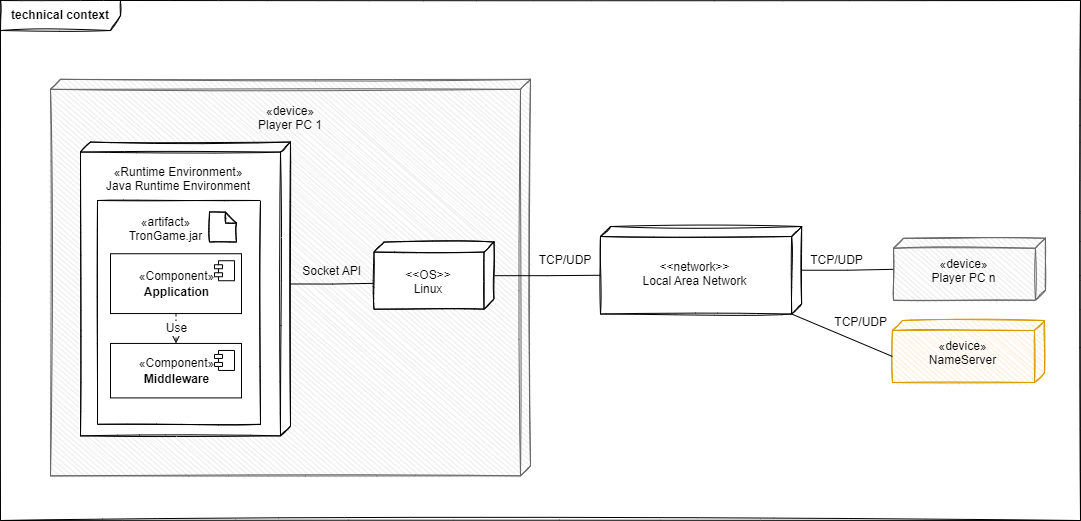
This is Dokumentation/Middleware/diagrams/scope_technical.png from sckoenig/Distributed-Tron, a draw.io export, as it was before one commit. Source tidied: cells renumbered, new cells last; positions are measured from the earlier drawing's top-left corner, leaving out a move shared by most shapes.
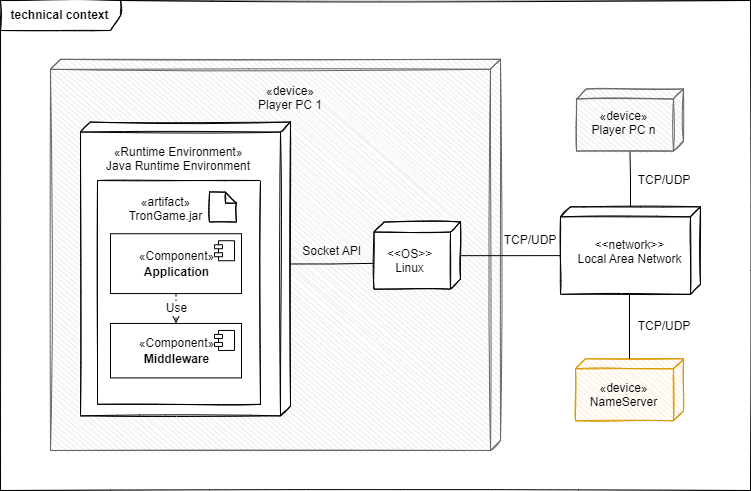
After the commit.

Commit message:
middleware cleanup start

Diff of the diagram source:
```diff
@@ -2,96 +2,98 @@
   <root>
     <mxCell id="0" />
     <mxCell id="1" parent="0" />
-    <mxCell id="2" value="&lt;b&gt;technical context&lt;/b&gt;" style="shape=umlFrame;whiteSpace=wrap;html=1;width=120;height=30;sketch=1;" parent="1" vertex="1">
-      <mxGeometry width="1080" height="520" as="geometry" />
+    <mxCell id="2" style="verticalAlign=top;align=left;spacingTop=8;spacingLeft=2;spacingRight=12;shape=cube;size=10;direction=south;fontStyle=4;html=1;sketch=1;shadow=0;fillColor=#E6E6E6;fontColor=#333333;strokeColor=#666666;" parent="1" vertex="1">
+      <mxGeometry x="50" y="78.8" width="450" height="391.2" as="geometry" />
     </mxCell>
-    <mxCell id="3" style="verticalAlign=top;align=left;spacingTop=8;spacingLeft=2;spacingRight=12;shape=cube;size=10;direction=south;fontStyle=4;html=1;sketch=1;shadow=0;fillColor=#E6E6E6;fontColor=#333333;strokeColor=#666666;" parent="1" vertex="1">
-      <mxGeometry x="50" y="78.8" width="480" height="396.6" as="geometry" />
+    <mxCell id="3" style="verticalAlign=top;align=left;spacingTop=8;spacingLeft=2;spacingRight=12;shape=cube;size=10;direction=south;fontStyle=4;html=1;sketch=1;" parent="1" vertex="1">
+      <mxGeometry x="80" y="141.6" width="210" height="293.8" as="geometry" />
     </mxCell>
-    <mxCell id="4" style="verticalAlign=top;align=left;spacingTop=8;spacingLeft=2;spacingRight=12;shape=cube;size=10;direction=south;fontStyle=4;html=1;sketch=1;" parent="1" vertex="1">
-      <mxGeometry x="80" y="141.6" width="210" height="293.8" as="geometry" />
+    <mxCell id="4" value="«device»&#10;Player PC 1" style="text;strokeColor=none;fillColor=none;align=center;verticalAlign=top;spacingLeft=4;spacingRight=4;overflow=hidden;points=[[0,0.5],[1,0.5]];portConstraint=eastwest;sketch=1;fontStyle=0;" parent="1" vertex="1">
+      <mxGeometry x="230.5" y="96.6" width="119" height="55" as="geometry" />
     </mxCell>
-    <mxCell id="5" value="«device»&#10;Player PC 1" style="text;strokeColor=none;fillColor=none;align=center;verticalAlign=top;spacingLeft=4;spacingRight=4;overflow=hidden;sketch=1;fontStyle=0;" parent="1" vertex="1">
-      <mxGeometry x="230.5" y="96.6" width="119" height="55" as="geometry" />
+    <mxCell id="5" style="edgeStyle=orthogonalEdgeStyle;rounded=0;jettySize=auto;html=1;exitX=0;exitY=0;exitDx=141.905;exitDy=0;exitPerimeter=0;entryX=0.615;entryY=1;entryDx=0;entryDy=0;entryPerimeter=0;fontSize=13;endArrow=none;endFill=0;" parent="1" edge="1" source="3" target="8">
+      <mxGeometry relative="1" as="geometry" />
     </mxCell>
-    <mxCell id="6" style="edgeStyle=orthogonalEdgeStyle;rounded=0;jettySize=auto;html=1;exitX=0;exitY=0;exitDx=141.905;exitDy=0;exitPerimeter=0;entryX=0.615;entryY=1;entryDx=0;entryDy=0;entryPerimeter=0;fontSize=13;endArrow=none;endFill=0;" parent="1" edge="1" source="4" target="9">
-      <mxGeometry relative="1" as="geometry" />
+    <mxCell id="6" value="«Runtime Environment»&#10;Java Runtime Environment" style="text;strokeColor=none;fillColor=none;align=center;verticalAlign=top;spacingLeft=4;spacingRight=4;overflow=hidden;sketch=1;fontStyle=0;" parent="1" vertex="1">
+      <mxGeometry x="88.9" y="158.4" width="178.3" height="45" as="geometry" />
     </mxCell>
-    <mxCell id="7" value="«Runtime Environment»&#10;Java Runtime Environment" style="text;strokeColor=none;fillColor=none;align=center;verticalAlign=top;spacingLeft=4;spacingRight=4;overflow=hidden;sketch=1;fontStyle=0;" parent="1" vertex="1">
-      <mxGeometry x="88.9" y="158.4" width="178.3" height="45" as="geometry" />
+    <mxCell id="7" style="edgeStyle=orthogonalEdgeStyle;rounded=0;jettySize=auto;html=1;entryX=0;entryY=0;entryDx=48.75;entryDy=140;entryPerimeter=0;fontSize=13;endArrow=none;endFill=0;" parent="1" edge="1" source="8" target="28">
+      <mxGeometry relative="1" as="geometry" />
     </mxCell>
-    <mxCell id="8" style="edgeStyle=orthogonalEdgeStyle;rounded=0;jettySize=auto;html=1;entryX=0;entryY=0;entryDx=48.75;entryDy=201.15;entryPerimeter=0;fontSize=13;endArrow=none;endFill=0;" parent="1" edge="1" source="9" target="29">
-      <mxGeometry relative="1" as="geometry" />
+    <mxCell id="8" style="verticalAlign=top;align=left;spacingTop=8;spacingLeft=2;spacingRight=12;shape=cube;size=10;direction=south;fontStyle=4;html=1;sketch=1;" parent="1" vertex="1">
+      <mxGeometry x="373.5" y="241.6" width="86.5" height="67.1" as="geometry" />
     </mxCell>
-    <mxCell id="9" style="verticalAlign=top;align=left;spacingTop=8;spacingLeft=2;spacingRight=12;shape=cube;size=10;direction=south;fontStyle=4;html=1;sketch=1;" parent="1" vertex="1">
-      <mxGeometry x="373.5" y="241.6" width="120" height="67.1" as="geometry" />
+    <mxCell id="9" style="edgeStyle=orthogonalEdgeStyle;rounded=0;jettySize=auto;html=1;fontSize=13;endArrow=none;endFill=0;" parent="1" edge="1" source="28" target="12">
+      <mxGeometry relative="1" as="geometry" />
     </mxCell>
-    <mxCell id="10" style="edgeStyle=orthogonalEdgeStyle;rounded=0;jettySize=auto;html=1;fontSize=13;endArrow=none;endFill=0;" parent="1" edge="1" source="29" target="13">
-      <mxGeometry relative="1" as="geometry" />
+    <mxCell id="10" value="&lt;&lt;OS&gt;&gt;&#10;Linux" style="text;strokeColor=none;fillColor=none;align=center;verticalAlign=top;spacingLeft=4;spacingRight=4;overflow=hidden;sketch=1;fontStyle=0;" parent="1" vertex="1">
+      <mxGeometry x="365" y="260" width="89" height="55" as="geometry" />
     </mxCell>
-    <mxCell id="11" value="&lt;&lt;OS&gt;&gt;&#10;Linux" style="text;strokeColor=none;fillColor=none;align=center;verticalAlign=top;spacingLeft=4;spacingRight=4;overflow=hidden;sketch=1;fontStyle=0;" parent="1" vertex="1">
-      <mxGeometry x="383.5" y="261" width="89" height="55" as="geometry" />
+    <mxCell id="11" value="Socket API" style="text;strokeColor=none;fillColor=none;align=center;verticalAlign=top;spacingLeft=4;spacingRight=4;overflow=hidden;sketch=1;fontStyle=0;" parent="1" vertex="1">
+      <mxGeometry x="272.2" y="257.1" width="119" height="55" as="geometry" />
     </mxCell>
-    <mxCell id="12" value="Socket API" style="text;strokeColor=none;fillColor=none;align=center;verticalAlign=top;spacingLeft=4;spacingRight=4;overflow=hidden;points=[[0,0.5],[1,0.5]];portConstraint=eastwest;sketch=1;fontStyle=0;" parent="1" vertex="1">
-      <mxGeometry x="272.2" y="257.1" width="119" height="55" as="geometry" />
+    <mxCell id="12" style="verticalAlign=top;align=left;spacingTop=8;spacingLeft=2;spacingRight=12;shape=cube;size=10;direction=south;fontStyle=4;html=1;sketch=1;shadow=0;fillColor=#E6E6E6;fontColor=#333333;strokeColor=#666666;" parent="1" vertex="1">
+      <mxGeometry x="576" y="108.5" width="107" height="62" as="geometry" />
     </mxCell>
-    <mxCell id="13" style="verticalAlign=top;align=left;spacingTop=8;spacingLeft=2;spacingRight=12;shape=cube;size=10;direction=south;fontStyle=4;html=1;sketch=1;shadow=0;fillColor=#E6E6E6;fontColor=#333333;strokeColor=#666666;" parent="1" vertex="1">
-      <mxGeometry x="893" y="237.8" width="152" height="62" as="geometry" />
+    <mxCell id="13" value="TCP/UDP" style="text;strokeColor=none;fillColor=none;align=center;verticalAlign=top;spacingLeft=4;spacingRight=4;overflow=hidden;points=[[0,0.5],[1,0.5]];portConstraint=eastwest;sketch=1;fontStyle=0;" parent="1" vertex="1">
+      <mxGeometry x="604.5" y="186.2" width="119" height="31" as="geometry" />
     </mxCell>
-    <mxCell id="14" value="TCP/UDP" style="text;strokeColor=none;fillColor=none;align=center;verticalAlign=top;spacingLeft=4;spacingRight=4;overflow=hidden;sketch=1;fontStyle=0;" parent="1" vertex="1">
-      <mxGeometry x="777" y="245.9" width="119" height="55" as="geometry" />
+    <mxCell id="14" value="«device»&#10;Player PC n" style="text;strokeColor=none;fillColor=none;align=center;verticalAlign=top;spacingLeft=4;spacingRight=4;overflow=hidden;sketch=1;fontStyle=0;" parent="1" vertex="1">
+      <mxGeometry x="564" y="121.5" width="119" height="55" as="geometry" />
     </mxCell>
-    <mxCell id="15" value="«device»&#10;Player PC n" style="text;strokeColor=none;fillColor=none;align=center;verticalAlign=top;spacingLeft=4;spacingRight=4;overflow=hidden;sketch=1;fontStyle=0;" parent="1" vertex="1">
-      <mxGeometry x="904" y="250" width="119" height="55" as="geometry" />
+    <mxCell id="15" style="html=1;sketch=1;" parent="1" vertex="1">
+      <mxGeometry x="97" y="200" width="163" height="223.8" as="geometry" />
     </mxCell>
-    <mxCell id="16" style="html=1;sketch=1;" parent="1" vertex="1">
-      <mxGeometry x="97" y="200" width="163" height="223.8" as="geometry" />
+    <mxCell id="16" value="«artifact»&#10;TronGame.jar" style="text;align=center;verticalAlign=top;spacingLeft=4;spacingRight=4;overflow=hidden;sketch=1;" parent="1" vertex="1">
+      <mxGeometry x="115.5" y="208.3" width="100" height="55" as="geometry" />
     </mxCell>
-    <mxCell id="17" value="«artifact»&#10;TronGame.jar" style="text;align=center;verticalAlign=top;spacingLeft=4;spacingRight=4;overflow=hidden;sketch=1;" parent="1" vertex="1">
-      <mxGeometry x="115.5" y="208.3" width="100" height="55" as="geometry" />
+    <mxCell id="17" style="shape=note;size=11;whiteSpace=wrap;html=1;sketch=1;" parent="1" vertex="1">
+      <mxGeometry x="209" y="211.6" width="27" height="30" as="geometry" />
     </mxCell>
-    <mxCell id="18" style="shape=note;size=11;whiteSpace=wrap;html=1;sketch=1;" parent="1" vertex="1">
-      <mxGeometry x="209" y="211.6" width="27" height="30" as="geometry" />
+    <mxCell id="18" value="&lt;font style=&quot;font-size: 12px;&quot;&gt;«Component»&lt;br&gt;&lt;b&gt;Middleware&lt;/b&gt;&lt;/font&gt;" style="html=1;fontSize=13;sketch=0;" parent="1" vertex="1">
+      <mxGeometry x="110" y="343" width="131" height="54.5" as="geometry" />
     </mxCell>
-    <mxCell id="19" value="&lt;font style=&quot;font-size: 12px;&quot;&gt;«Component»&lt;br&gt;&lt;b&gt;Middleware&lt;/b&gt;&lt;/font&gt;" style="html=1;fontSize=13;sketch=0;" parent="1" vertex="1">
-      <mxGeometry x="110" y="343" width="131" height="54.5" as="geometry" />
+    <mxCell id="19" style="shape=module;jettyWidth=8;jettyHeight=4;fontSize=13;" parent="18" vertex="1">
+      <mxGeometry x="1" width="20" height="20" relative="1" as="geometry">
+        <mxPoint x="-27" y="7" as="offset" />
+      </mxGeometry>
     </mxCell>
-    <mxCell id="20" style="shape=module;jettyWidth=8;jettyHeight=4;fontSize=13;" parent="19" vertex="1">
-      <mxGeometry x="1" width="20" height="20" relative="1" as="geometry">
-        <mxPoint x="-27" y="7" as="offset" />
-      </mxGeometry>
+    <mxCell id="20" value="&lt;font style=&quot;font-size: 12px;&quot;&gt;«Component»&lt;br&gt;&lt;b&gt;Application&lt;/b&gt;&lt;/font&gt;" style="html=1;fontSize=13;" parent="1" vertex="1">
+      <mxGeometry x="110" y="253.2" width="131" height="59.8" as="geometry" />
     </mxCell>
-    <mxCell id="21" value="&lt;font style=&quot;font-size: 12px;&quot;&gt;«Component»&lt;br&gt;&lt;b&gt;Application&lt;/b&gt;&lt;/font&gt;" style="html=1;fontSize=13;" parent="1" vertex="1">
-      <mxGeometry x="110" y="253.2" width="131" height="59.8" as="geometry" />
+    <mxCell id="21" style="shape=module;jettyWidth=8;jettyHeight=4;fontSize=13;" parent="20" vertex="1">
+      <mxGeometry x="1" width="20" height="20" relative="1" as="geometry">
+        <mxPoint x="-27" y="7" as="offset" />
+      </mxGeometry>
     </mxCell>
-    <mxCell id="22" style="shape=module;jettyWidth=8;jettyHeight=4;fontSize=13;" parent="21" vertex="1">
-      <mxGeometry x="1" width="20" height="20" relative="1" as="geometry">
-        <mxPoint x="-27" y="7" as="offset" />
-      </mxGeometry>
+    <mxCell id="22" value="Use" style="endArrow=open;endSize=12;dashed=1;html=1;rounded=0;fontSize=12;exitX=0.5;exitY=1;exitDx=0;exitDy=0;entryX=0.5;entryY=0;entryDx=0;entryDy=0;" parent="1" edge="1" source="20" target="18">
+      <mxGeometry relative="1" as="geometry" />
     </mxCell>
-    <mxCell id="23" value="Use" style="endArrow=open;endSize=12;dashed=1;html=1;rounded=0;fontSize=12;exitX=0.5;exitY=1;exitDx=0;exitDy=0;entryX=0.5;entryY=0;entryDx=0;entryDy=0;" parent="1" edge="1" source="21" target="19">
-      <mxGeometry relative="1" as="geometry" />
+    <mxCell id="23" value="TCP/UDP" style="text;strokeColor=none;fillColor=none;align=center;verticalAlign=top;spacingLeft=4;spacingRight=4;overflow=hidden;sketch=1;fontStyle=0;" parent="1" vertex="1">
+      <mxGeometry x="470.5" y="246.2" width="119" height="23.8" as="geometry" />
     </mxCell>
-    <mxCell id="24" value="TCP/UDP" style="text;strokeColor=none;fillColor=none;align=center;verticalAlign=top;spacingLeft=4;spacingRight=4;overflow=hidden;points=[[0,0.5],[1,0.5]];portConstraint=eastwest;sketch=1;fontStyle=0;" parent="1" vertex="1">
-      <mxGeometry x="505.5" y="245.9" width="119" height="55" as="geometry" />
+    <mxCell id="24" style="verticalAlign=top;align=left;spacingTop=8;spacingLeft=2;spacingRight=12;shape=cube;size=10;direction=south;fontStyle=4;html=1;fillColor=#ffe6cc;sketch=1;strokeColor=#d79b00;" parent="1" vertex="1">
+      <mxGeometry x="575" y="378.3" width="108" height="62" as="geometry" />
     </mxCell>
-    <mxCell id="25" style="verticalAlign=top;align=left;spacingTop=8;spacingLeft=2;spacingRight=12;shape=cube;size=10;direction=south;fontStyle=4;html=1;fillColor=#ffe6cc;sketch=1;strokeColor=#d79b00;" parent="1" vertex="1">
-      <mxGeometry x="892" y="320" width="152" height="62" as="geometry" />
+    <mxCell id="25" value="«device»&#10;NameServer" style="text;strokeColor=none;fillColor=none;align=center;verticalAlign=top;spacingLeft=4;spacingRight=4;overflow=hidden;points=[[0,0.5],[1,0.5]];portConstraint=eastwest;sketch=1;fontStyle=0;" parent="1" vertex="1">
+      <mxGeometry x="564" y="393.9" width="119" height="55" as="geometry" />
     </mxCell>
-    <mxCell id="26" value="«device»&#10;NameServer" style="text;strokeColor=none;fillColor=none;align=center;verticalAlign=top;spacingLeft=4;spacingRight=4;overflow=hidden;sketch=1;fontStyle=0;" parent="1" vertex="1">
-      <mxGeometry x="903" y="332.2" width="119" height="55" as="geometry" />
+    <mxCell id="26" value="TCP/UDP" style="text;strokeColor=none;fillColor=none;align=center;verticalAlign=top;spacingLeft=4;spacingRight=4;overflow=hidden;sketch=1;fontStyle=0;" parent="1" vertex="1">
+      <mxGeometry x="620" y="331.7" width="88" height="24.3" as="geometry" />
     </mxCell>
-    <mxCell id="27" value="TCP/UDP" style="text;strokeColor=none;fillColor=none;align=center;verticalAlign=top;spacingLeft=4;spacingRight=4;overflow=hidden;sketch=1;fontStyle=0;" parent="1" vertex="1">
-      <mxGeometry x="801.2" y="308.2" width="119" height="55" as="geometry" />
+    <mxCell id="27" style="rounded=0;jettySize=auto;html=1;fontSize=13;endArrow=none;endFill=0;exitX=0;exitY=0;exitDx=87.5;exitDy=75;exitPerimeter=0;" parent="1" edge="1" target="24">
+      <mxGeometry relative="1" as="geometry">
+        <mxPoint x="629" y="313.8" as="sourcePoint" />
+      </mxGeometry>
     </mxCell>
-    <mxCell id="28" value="&lt;&lt;network&gt;&gt;&#10;Local Area Network" style="text;strokeColor=none;fillColor=none;align=center;verticalAlign=top;spacingLeft=4;spacingRight=4;overflow=hidden;points=[[0,0.5],[1,0.5]];portConstraint=eastwest;sketch=1;fontStyle=0;" parent="1" vertex="1">
-      <mxGeometry x="635" y="253.2" width="119" height="55" as="geometry" />
+    <mxCell id="28" style="verticalAlign=top;align=left;spacingTop=8;spacingLeft=2;spacingRight=12;shape=cube;size=10;direction=south;fontStyle=4;html=1;fillColor=none;sketch=1;" parent="1" vertex="1">
+      <mxGeometry x="560" y="226.4" width="140" height="87.5" as="geometry" />
     </mxCell>
-    <mxCell id="29" style="verticalAlign=top;align=left;spacingTop=8;spacingLeft=2;spacingRight=12;shape=cube;size=10;direction=south;fontStyle=4;html=1;fillColor=none;sketch=1;" parent="1" vertex="1">
-      <mxGeometry x="600" y="226" width="201.2" height="87.5" as="geometry" />
+    <mxCell id="29" value="&lt;&lt;network&gt;&gt;&#10;Local Area Network" style="text;strokeColor=none;fillColor=none;align=center;verticalAlign=top;spacingLeft=4;spacingRight=4;overflow=hidden;points=[[0,0.5],[1,0.5]];portConstraint=eastwest;sketch=1;fontStyle=0;" parent="1" vertex="1">
+      <mxGeometry x="570" y="250.7" width="119" height="55" as="geometry" />
     </mxCell>
-    <mxCell id="30" style="rounded=0;jettySize=auto;html=1;entryX=0;entryY=0;entryDx=36;entryDy=152;entryPerimeter=0;fontSize=13;endArrow=none;endFill=0;exitX=0;exitY=0;exitDx=87.5;exitDy=10;exitPerimeter=0;" parent="1" edge="1" source="29" target="25">
-      <mxGeometry relative="1" as="geometry" />
+    <mxCell id="30" value="&lt;b&gt;technical context&lt;/b&gt;" style="shape=umlFrame;whiteSpace=wrap;html=1;width=120;height=30;sketch=1;" parent="1" vertex="1">
+      <mxGeometry y="20" width="750" height="490" as="geometry" />
     </mxCell>
   </root>
 </mxGraphModel>
```
